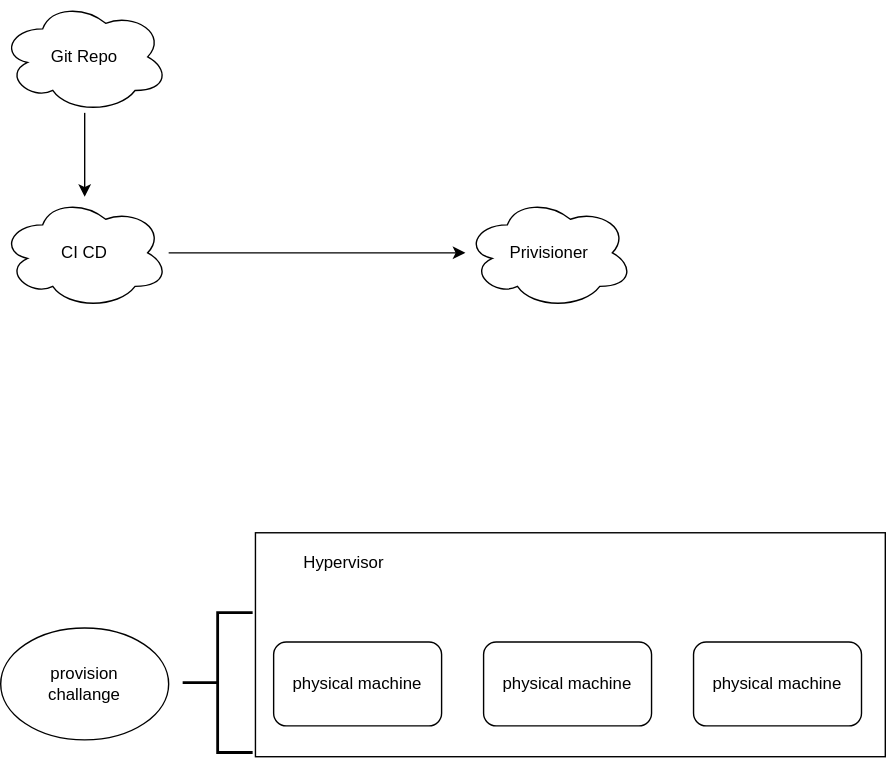
JeremiahSecrist/drawio keeps this draw.io diagram as Project structure spec.drawio.svg. Above is the earlier version. Source tidied: cells renumbered, new cells last; positions are measured from the earlier drawing's top-left corner, leaving out a move shared by most shapes. The source it was exported from:
```xml
<mxGraphModel>
  <root>
    <mxCell id="0" />
    <mxCell id="1" parent="0" />
    <mxCell id="2" style="group;" parent="1" vertex="1">
      <mxGeometry x="182" y="380" width="450" height="160" as="geometry" />
    </mxCell>
    <mxCell id="3" value="&lt;p style=&quot;line-height: 120%;&quot;&gt;&lt;br&gt;&lt;/p&gt;" style="rounded=0;whiteSpace=wrap;html=1;align=left;" parent="2" vertex="1">
      <mxGeometry width="450" height="160" as="geometry" />
    </mxCell>
    <mxCell id="4" value="Hypervisor&amp;nbsp;" style="text;html=1;strokeColor=none;fillColor=none;align=center;verticalAlign=middle;whiteSpace=wrap;rounded=0;" parent="2" vertex="1">
      <mxGeometry y="7" width="130" height="30" as="geometry" />
    </mxCell>
    <mxCell id="5" style="group;" parent="1" vertex="1">
      <mxGeometry y="437" width="615" height="100" as="geometry" />
    </mxCell>
    <mxCell id="6" style="group;" parent="5" vertex="1">
      <mxGeometry x="195" y="21" width="420" height="60" as="geometry" />
    </mxCell>
    <mxCell id="7" value="physical machine" style="rounded=1;whiteSpace=wrap;html=1;" parent="6" vertex="1">
      <mxGeometry width="120" height="60" as="geometry" />
    </mxCell>
    <mxCell id="8" value="physical machine" style="rounded=1;whiteSpace=wrap;html=1;" parent="6" vertex="1">
      <mxGeometry x="150" width="120" height="60" as="geometry" />
    </mxCell>
    <mxCell id="9" value="physical machine" style="rounded=1;whiteSpace=wrap;html=1;" parent="6" vertex="1">
      <mxGeometry x="300" width="120" height="60" as="geometry" />
    </mxCell>
    <mxCell id="10" style="strokeWidth=2;html=1;shape=mxgraph.flowchart.annotation_2;align=left;labelPosition=right;" parent="5" vertex="1">
      <mxGeometry x="130" width="50" height="100" as="geometry" />
    </mxCell>
    <mxCell id="11" value="provision&lt;br&gt;challange" style="ellipse;whiteSpace=wrap;html=1;" parent="5" vertex="1">
      <mxGeometry y="11" width="120" height="80" as="geometry" />
    </mxCell>
    <mxCell id="12" value="Git Repo" style="ellipse;shape=cloud;whiteSpace=wrap;html=1;" parent="1" vertex="1">
      <mxGeometry width="120" height="80" as="geometry" />
    </mxCell>
    <mxCell id="13" value="Privisioner" style="ellipse;shape=cloud;whiteSpace=wrap;html=1;" parent="1" vertex="1">
      <mxGeometry x="332" y="140" width="120" height="80" as="geometry" />
    </mxCell>
    <mxCell id="14" style="edgeStyle=orthogonalEdgeStyle;rounded=0;jettySize=auto;html=1;endArrow=none;endFill=0;startArrow=classic;startFill=1;" parent="1" edge="1" source="16" target="12">
      <mxGeometry relative="1" as="geometry" />
    </mxCell>
    <mxCell id="15" style="edgeStyle=orthogonalEdgeStyle;rounded=0;jettySize=auto;html=1;" parent="1" edge="1" source="16" target="13">
      <mxGeometry relative="1" as="geometry" />
    </mxCell>
    <mxCell id="16" value="CI CD" style="ellipse;shape=cloud;whiteSpace=wrap;html=1;" parent="1" vertex="1">
      <mxGeometry y="140" width="120" height="80" as="geometry" />
    </mxCell>
  </root>
</mxGraphModel>
```
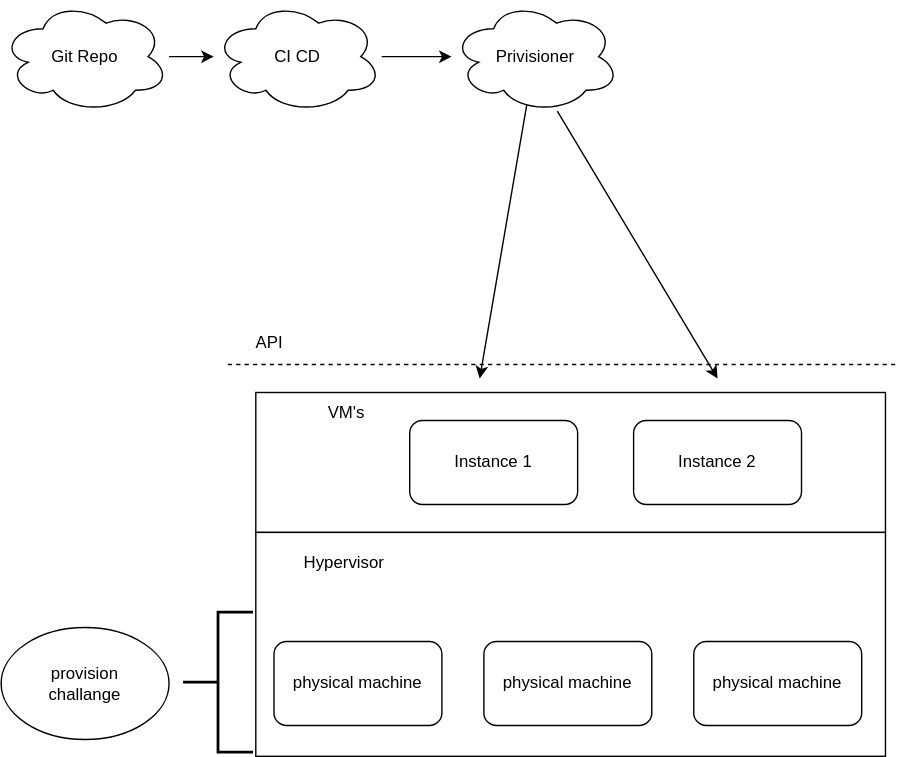
Above is the later version.

Diff of the diagram source:
```diff
@@ -2,6 +2,18 @@
   <root>
     <mxCell id="0" />
     <mxCell id="1" parent="0" />
+    <mxCell id="17" style="group;" parent="1" vertex="1">
+      <mxGeometry x="182" y="280" width="450" height="100" as="geometry" />
+    </mxCell>
+    <mxCell id="18" value="&lt;p style=&quot;line-height: 120%;&quot;&gt;&lt;br&gt;&lt;/p&gt;" style="rounded=0;whiteSpace=wrap;html=1;align=left;" parent="17" vertex="1">
+      <mxGeometry width="450" height="100" as="geometry" />
+    </mxCell>
+    <mxCell id="19" value="VM's" style="text;html=1;strokeColor=none;fillColor=none;align=center;verticalAlign=middle;whiteSpace=wrap;rounded=0;" parent="17" vertex="1">
+      <mxGeometry width="130" height="30" as="geometry" />
+    </mxCell>
+    <mxCell id="20" value="Instance 2" style="rounded=1;whiteSpace=wrap;html=1;" parent="17" vertex="1">
+      <mxGeometry x="270" y="20" width="120" height="60" as="geometry" />
+    </mxCell>
     <mxCell id="2" style="group;" parent="1" vertex="1">
       <mxGeometry x="182" y="380" width="450" height="160" as="geometry" />
     </mxCell>
@@ -35,17 +47,39 @@
     <mxCell id="12" value="Git Repo" style="ellipse;shape=cloud;whiteSpace=wrap;html=1;" parent="1" vertex="1">
       <mxGeometry width="120" height="80" as="geometry" />
     </mxCell>
+    <mxCell id="21" style="rounded=0;jettySize=auto;html=1;exitX=0.448;exitY=0.921;exitDx=0;exitDy=0;exitPerimeter=0;" parent="1" edge="1" source="13">
+      <mxGeometry relative="1" as="geometry">
+        <mxPoint x="342" y="270" as="targetPoint" />
+      </mxGeometry>
+    </mxCell>
     <mxCell id="13" value="Privisioner" style="ellipse;shape=cloud;whiteSpace=wrap;html=1;" parent="1" vertex="1">
-      <mxGeometry x="332" y="140" width="120" height="80" as="geometry" />
+      <mxGeometry x="322" width="120" height="80" as="geometry" />
     </mxCell>
-    <mxCell id="14" style="edgeStyle=orthogonalEdgeStyle;rounded=0;jettySize=auto;html=1;endArrow=none;endFill=0;startArrow=classic;startFill=1;" parent="1" edge="1" source="16" target="12">
+    <mxCell id="14" style="rounded=0;jettySize=auto;html=1;endArrow=none;endFill=0;startArrow=classic;startFill=1;" parent="1" edge="1" source="16" target="12">
       <mxGeometry relative="1" as="geometry" />
     </mxCell>
-    <mxCell id="15" style="edgeStyle=orthogonalEdgeStyle;rounded=0;jettySize=auto;html=1;" parent="1" edge="1" source="16" target="13">
+    <mxCell id="15" style="rounded=0;jettySize=auto;html=1;" parent="1" edge="1" source="16" target="13">
       <mxGeometry relative="1" as="geometry" />
     </mxCell>
     <mxCell id="16" value="CI CD" style="ellipse;shape=cloud;whiteSpace=wrap;html=1;" parent="1" vertex="1">
-      <mxGeometry y="140" width="120" height="80" as="geometry" />
+      <mxGeometry x="152" width="120" height="80" as="geometry" />
     </mxCell>
+    <mxCell id="22" value="Instance 1" style="rounded=1;whiteSpace=wrap;html=1;" parent="1" vertex="1">
+      <mxGeometry x="292" y="300" width="120" height="60" as="geometry" />
+    </mxCell>
+    <mxCell id="23" style="endArrow=none;dashed=1;html=1;rounded=0;" parent="1" edge="1">
+      <mxGeometry relative="1" as="geometry">
+        <mxPoint x="162" y="260" as="sourcePoint" />
+        <mxPoint x="642" y="260" as="targetPoint" />
+      </mxGeometry>
+    </mxCell>
+    <mxCell id="24" value="API" style="text;html=1;strokeColor=none;fillColor=none;align=center;verticalAlign=middle;whiteSpace=wrap;rounded=0;" parent="1" vertex="1">
+      <mxGeometry x="162" y="230" width="60" height="30" as="geometry" />
+    </mxCell>
+    <mxCell id="25" style="rounded=0;jettySize=auto;html=1;exitX=0.629;exitY=0.986;exitDx=0;exitDy=0;exitPerimeter=0;" parent="1" edge="1" source="13">
+      <mxGeometry relative="1" as="geometry">
+        <mxPoint x="512" y="270" as="targetPoint" />
+      </mxGeometry>
+    </mxCell>
   </root>
 </mxGraphModel>
```
